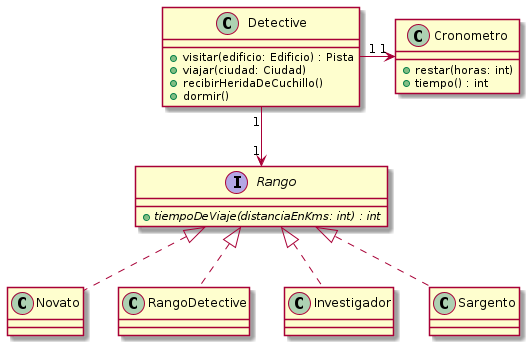
The PlantUML diagram diagrams/classes/clase_policia.png in MegaRedHand/algo-thief, before a commit.
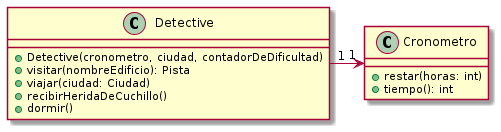
After the change.

Diff of the diagram source:
```diff
@@ -1,28 +1,19 @@
 @startuml
 
 class Detective {
-    + visitar(edificio: Edificio) : Pista
+    + Detective(cronometro, ciudad, contadorDeDificultad)
+    + visitar(nombreEdificio): Pista
     + viajar(ciudad: Ciudad)
     + recibirHeridaDeCuchillo()
     + dormir()
 }
 
+class Cronometro {
+    + restar(horas: int)
+    + tiempo(): int
+}
+
 Detective "1" -> "1" Cronometro
 
-class Cronometro {
-    + restar(horas: int)
-    + tiempo() : int
-}
-
-Detective "1" --> "1" Rango
-
-interface Rango {
-    + {abstract}tiempoDeViaje(distanciaEnKms: int) : int
-}
-
-class Novato implements Rango
-class RangoDetective implements Rango
-class Investigador implements Rango
-class Sargento implements Rango
 
 @enduml
```
